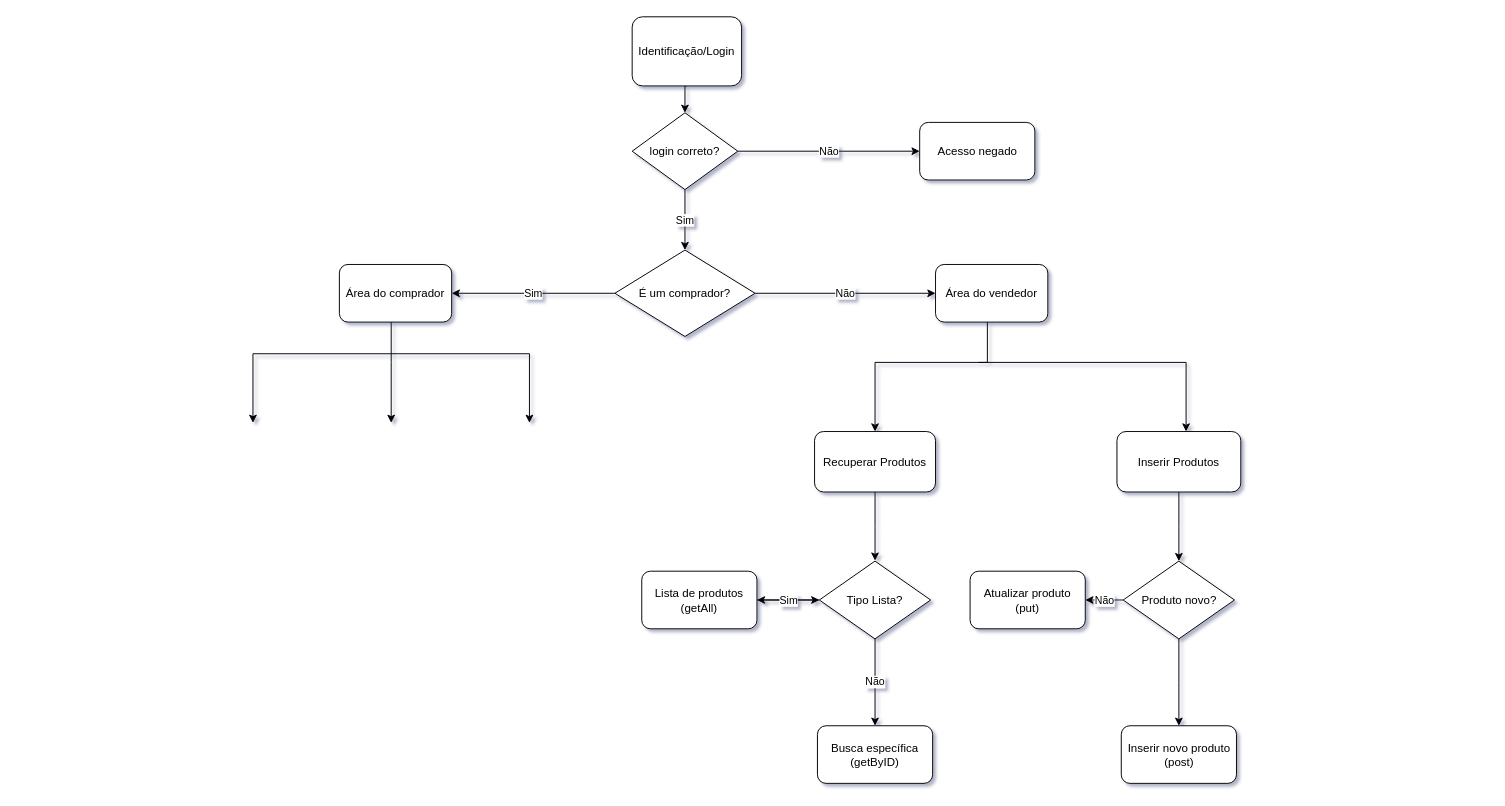
The draw.io diagram src/Untitled Diagram.drawio in leohummels/Ordinary-Commerce, before the edit. Source tidied: cells renumbered, new cells numbered last; positions are measured from the earlier drawing's top-left corner, leaving out a move shared by most shapes. Both pictures are drawn from the tidied source at 96%, with x=0, y=0 at pixel (252, 16).
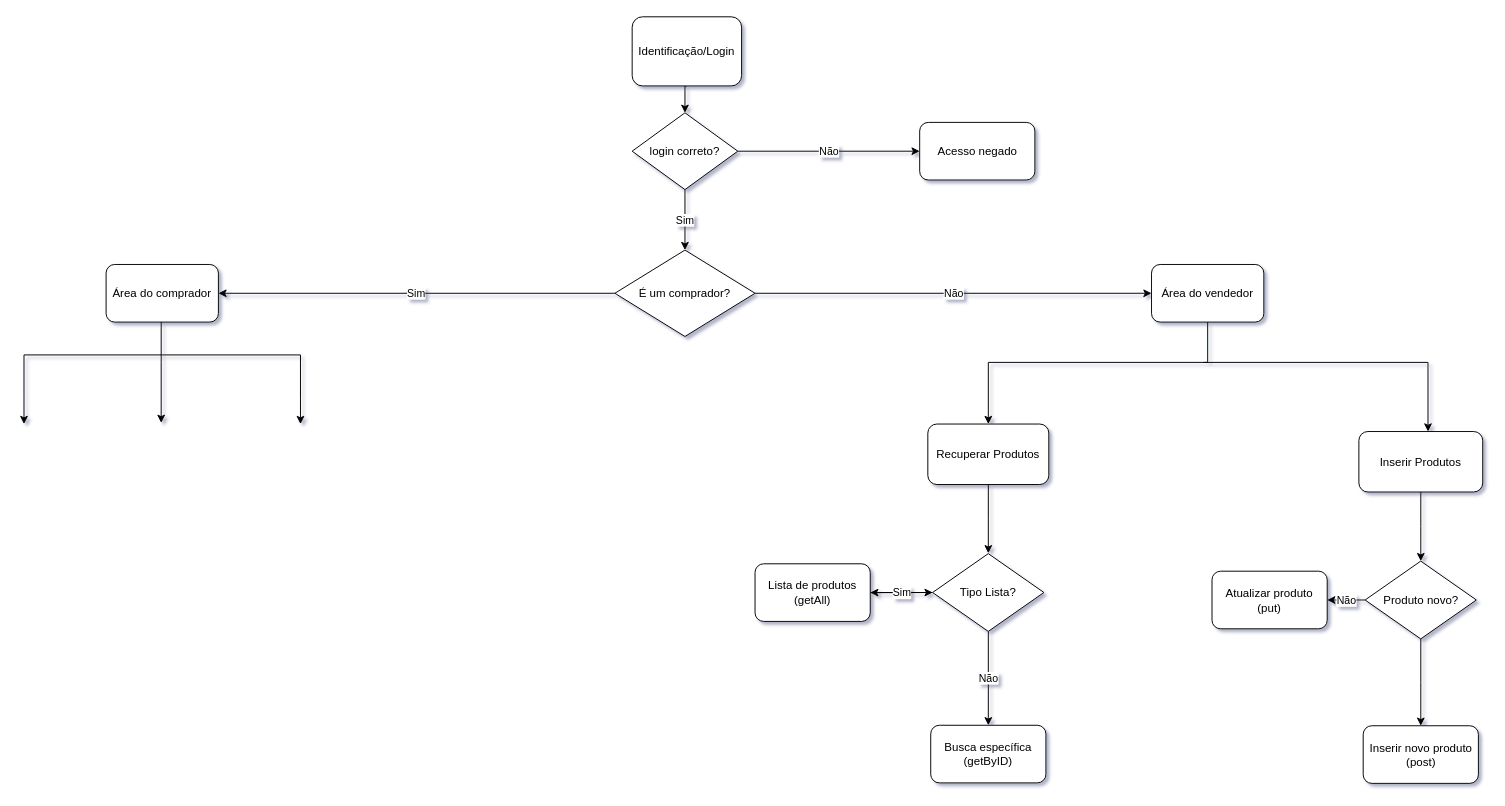
The same diagram, later.

Commit message:
Commerce Flowchart draw.io

What changed in the source:
```diff
@@
     <mxCell id="8" value="Área do comprador" style="rounded=1;whiteSpace=wrap;html=1;" parent="1" vertex="1">
-      <mxGeometry x="90" y="258" width="117" height="60" as="geometry" />
+      <mxGeometry x="-153" y="258" width="117" height="60" as="geometry" />
     </mxCell>
@@
-    <mxCell id="12" style="edgeStyle=orthogonalEdgeStyle;rounded=0;jettySize=auto;html=1;" parent="1" edge="1" source="13" target="18">
+    <mxCell id="12" style="edgeStyle=orthogonalEdgeStyle;rounded=0;jettySize=auto;html=1;exitX=0.5;exitY=1;exitDx=0;exitDy=0;" parent="1" edge="1" source="13" target="18">
       <mxGeometry relative="1" as="geometry">
         <Array as="points">
-          <mxPoint x="765" y="360" />
-          <mxPoint x="648" y="360" />
+          <mxPoint x="994" y="360" />
+          <mxPoint x="766" y="360" />
         </Array>
       </mxGeometry>
     </mxCell>
     <mxCell id="13" value="Área do vendedor" style="rounded=1;whiteSpace=wrap;html=1;" parent="1" vertex="1">
-      <mxGeometry x="711" y="258" width="117" height="60" as="geometry" />
+      <mxGeometry x="936" y="258" width="117" height="60" as="geometry" />
     </mxCell>
     <mxCell id="14" style="edgeStyle=orthogonalEdgeStyle;rounded=0;orthogonalLoop=1;jettySize=auto;html=1;" parent="1" edge="1">
       <mxGeometry relative="1" as="geometry">
-        <mxPoint x="144" y="318" as="sourcePoint" />
-        <mxPoint x="144" y="423" as="targetPoint" />
+        <mxPoint x="-95.6" y="318" as="sourcePoint" />
+        <mxPoint x="-95.6" y="423" as="targetPoint" />
         <Array as="points">
-          <mxPoint x="144" y="360" />
-          <mxPoint x="144" y="360" />
+          <mxPoint x="-95.6" y="360" />
+          <mxPoint x="-95.6" y="360" />
         </Array>
       </mxGeometry>
     </mxCell>
     <mxCell id="15" style="edgeStyle=orthogonalEdgeStyle;rounded=0;orthogonalLoop=1;jettySize=auto;html=1;" parent="1" edge="1">
       <mxGeometry relative="1" as="geometry">
-        <mxPoint x="144" y="351" as="sourcePoint" />
-        <mxPoint y="423" as="targetPoint" />
+        <mxPoint x="-94.5" y="352.2" as="sourcePoint" />
+        <mxPoint x="-238.5" y="424.2" as="targetPoint" />
         <Array as="points">
-          <mxPoint y="396" />
-          <mxPoint y="432" />
+          <mxPoint x="-238.5" y="397.2" />
+          <mxPoint x="-238.5" y="433.2" />
         </Array>
       </mxGeometry>
     </mxCell>
     <mxCell id="16" style="edgeStyle=orthogonalEdgeStyle;rounded=0;orthogonalLoop=1;jettySize=auto;html=1;" parent="1" edge="1">
       <mxGeometry relative="1" as="geometry">
-        <mxPoint x="144" y="351" as="sourcePoint" />
-        <mxPoint x="288" y="423" as="targetPoint" />
+        <mxPoint x="-94.5" y="352.2" as="sourcePoint" />
+        <mxPoint x="49.5" y="424.2" as="targetPoint" />
         <Array as="points">
-          <mxPoint x="288" y="396" />
-          <mxPoint x="288" y="432" />
+          <mxPoint x="49.5" y="397.2" />
+          <mxPoint x="49.5" y="433.2" />
         </Array>
       </mxGeometry>
     </mxCell>
     <mxCell id="17" style="edgeStyle=orthogonalEdgeStyle;rounded=0;jettySize=auto;html=1;" parent="1" edge="1" source="18">
       <mxGeometry relative="1" as="geometry">
-        <mxPoint x="648" y="566.5" as="targetPoint" />
+        <mxPoint x="766" y="558.8" as="targetPoint" />
       </mxGeometry>
     </mxCell>
     <mxCell id="18" value="Recuperar Produtos" style="rounded=1;whiteSpace=wrap;html=1;" parent="1" vertex="1">
-      <mxGeometry x="585" y="432" width="126" height="63" as="geometry" />
+      <mxGeometry x="703" y="424.2" width="126" height="63" as="geometry" />
     </mxCell>
     <mxCell id="19" style="endArrow=classic;html=1;rounded=0;" parent="1" edge="1">
       <mxGeometry relative="1" as="geometry">
-        <mxPoint x="756" y="360" as="sourcePoint" />
-        <mxPoint x="972" y="432" as="targetPoint" />
+        <mxPoint x="990" y="360" as="sourcePoint" />
+        <mxPoint x="1224" y="432" as="targetPoint" />
         <Array as="points">
-          <mxPoint x="972" y="360" />
+          <mxPoint x="1224" y="360" />
         </Array>
       </mxGeometry>
     </mxCell>
@@
     <mxCell id="21" value="Inserir Produtos" style="rounded=1;whiteSpace=wrap;html=1;" parent="1" vertex="1">
-      <mxGeometry x="900" y="432" width="129" height="63" as="geometry" />
+      <mxGeometry x="1152" y="432" width="129" height="63" as="geometry" />
     </mxCell>
@@
     <mxCell id="24" value="Tipo Lista?" style="rhombus;whiteSpace=wrap;html=1;" parent="1" vertex="1">
-      <mxGeometry x="590" y="567" width="115.9" height="81" as="geometry" />
+      <mxGeometry x="708" y="559.2" width="115.9" height="81" as="geometry" />
     </mxCell>
@@
     <mxCell id="26" value="Lista de produtos&lt;br&gt;(getAll)" style="rounded=1;whiteSpace=wrap;html=1;" parent="1" vertex="1">
-      <mxGeometry x="405" y="577.5" width="120" height="60" as="geometry" />
+      <mxGeometry x="523" y="569.8" width="120" height="60" as="geometry" />
     </mxCell>
     <mxCell id="27" value="Busca específica&lt;br&gt;(getByID)" style="rounded=1;whiteSpace=wrap;html=1;" parent="1" vertex="1">
-      <mxGeometry x="588" y="738.5" width="120" height="60" as="geometry" />
+      <mxGeometry x="706" y="738" width="120" height="60" as="geometry" />
     </mxCell>
     <mxCell id="28" value="Atualizar produto&lt;br&gt;(put)" style="rounded=1;whiteSpace=wrap;html=1;" parent="1" vertex="1">
-      <mxGeometry x="747" y="577.5" width="120" height="60" as="geometry" />
+      <mxGeometry x="999" y="577.5" width="120" height="60" as="geometry" />
     </mxCell>
@@
     <mxCell id="31" value="Produto novo?" style="rhombus;whiteSpace=wrap;html=1;" parent="1" vertex="1">
-      <mxGeometry x="906.5" y="567" width="115.9" height="81" as="geometry" />
+      <mxGeometry x="1158.5" y="567" width="115.9" height="81" as="geometry" />
     </mxCell>
     <mxCell id="32" value="Inserir novo produto&lt;br&gt;(post)" style="rounded=1;whiteSpace=wrap;html=1;" parent="1" vertex="1">
-      <mxGeometry x="904.5" y="738.5" width="120" height="60" as="geometry" />
+      <mxGeometry x="1156.5" y="738.5" width="120" height="60" as="geometry" />
     </mxCell>
```
